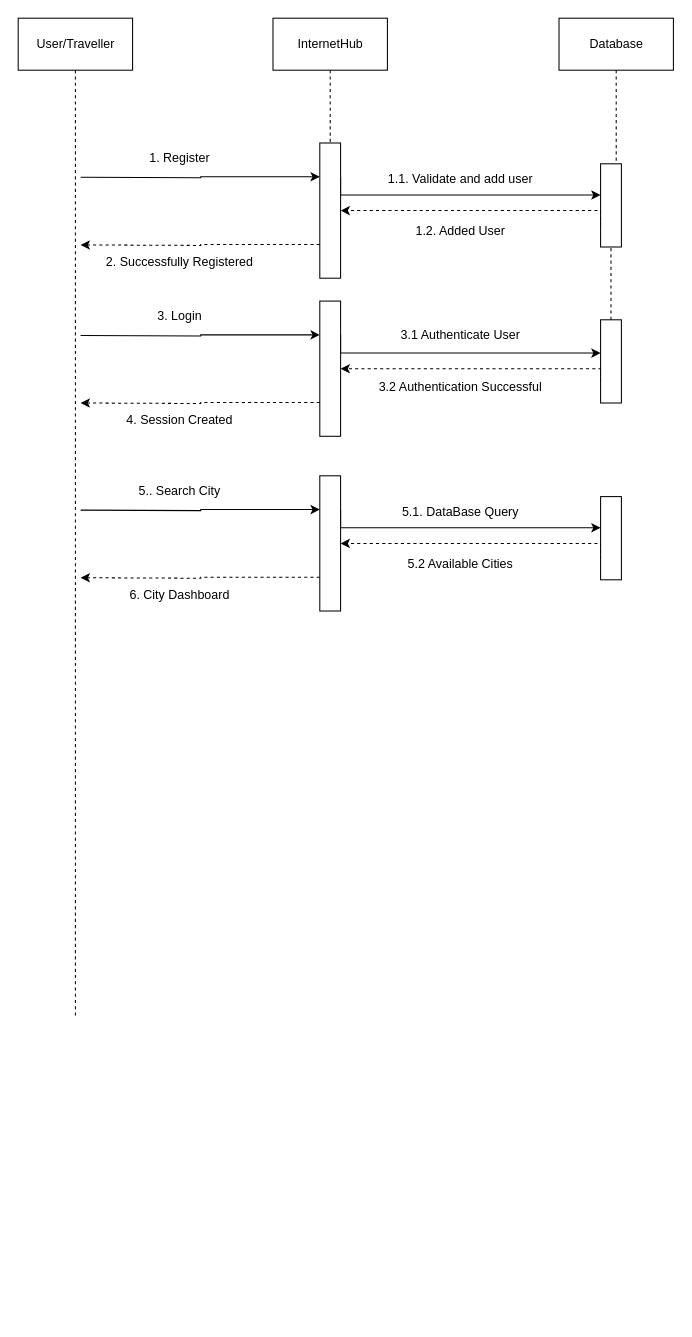
subhavgoyal1/mlassignment1 keeps this draw.io diagram as User_Seq.drawio. Above is the earlier version. Source tidied: cells renumbered, new cells numbered last; positions are measured from the earlier drawing's top-left corner, leaving out a move shared by most shapes. Both pictures are drawn from the tidied source at 104%, with x=0, y=0 at pixel (18, 18).
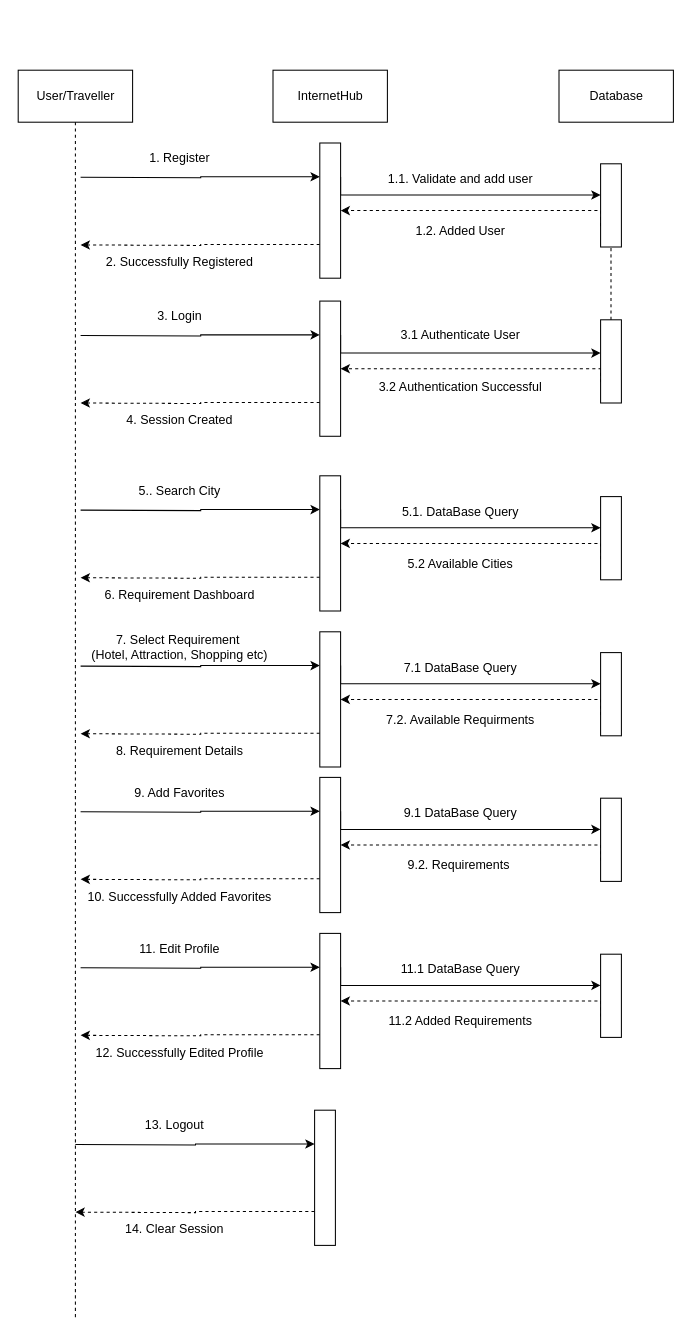
Above is the later version.

Change to the diagram source:
```diff
@@
     <mxCell id="2" value="User/Traveller" style="html=1;" parent="1" vertex="1">
-      <mxGeometry width="110" height="50" as="geometry" />
+      <mxGeometry y="50" width="110" height="50" as="geometry" />
     </mxCell>
     <mxCell id="3" value="InternetHub" style="html=1;" parent="1" vertex="1">
-      <mxGeometry x="245" width="110" height="50" as="geometry" />
+      <mxGeometry x="245" y="50" width="110" height="50" as="geometry" />
     </mxCell>
     <mxCell id="4" value="Database" style="html=1;" parent="1" vertex="1">
-      <mxGeometry x="520" width="110" height="50" as="geometry" />
+      <mxGeometry x="520" y="50" width="110" height="50" as="geometry" />
     </mxCell>
     <mxCell id="5" style="endArrow=none;dashed=1;html=1;rounded=0;" parent="1" edge="1" source="2">
       <mxGeometry relative="1" as="geometry">
-        <mxPoint x="55" y="960" as="targetPoint" />
+        <mxPoint x="55" y="1250" as="targetPoint" />
       </mxGeometry>
     </mxCell>
-    <mxCell id="6" style="endArrow=none;dashed=1;html=1;rounded=0;" parent="1" edge="1" source="3">
-      <mxGeometry relative="1" as="geometry">
-        <mxPoint x="300" y="120.7" as="targetPoint" />
-      </mxGeometry>
-    </mxCell>
@@
-    <mxCell id="11" style="endArrow=none;dashed=1;html=1;rounded=0;exitX=0.5;exitY=1;exitDx=0;exitDy=0;" parent="1" edge="1" source="4">
-      <mxGeometry relative="1" as="geometry">
-        <mxPoint x="575" y="150" as="targetPoint" />
-      </mxGeometry>
-    </mxCell>
@@
-    <mxCell id="38" value="6. City Dashboard" style="text;html=1;align=center;verticalAlign=middle;fillColor=none;strokeColor=none;rounded=0;" parent="1" vertex="1">
-      <mxGeometry x="95" y="540" width="120" height="30" as="geometry" />
+    <mxCell id="38" value="6. Requirement Dashboard" style="text;html=1;align=center;verticalAlign=middle;fillColor=none;strokeColor=none;rounded=0;" parent="1" vertex="1">
+      <mxGeometry x="70" y="540" width="170" height="30" as="geometry" />
     </mxCell>
+    <mxCell id="39" style="edgeStyle=orthogonalEdgeStyle;rounded=0;jettySize=auto;html=1;exitX=1;exitY=0.25;exitDx=0;exitDy=0;" parent="1" edge="1" source="42" target="44">
+      <mxGeometry relative="1" as="geometry">
+        <Array as="points">
+          <mxPoint x="310" y="640" />
+        </Array>
+      </mxGeometry>
+    </mxCell>
+    <mxCell id="40" style="edgeStyle=orthogonalEdgeStyle;rounded=0;jettySize=auto;html=1;exitX=0;exitY=0.25;exitDx=0;exitDy=0;entryX=0;entryY=0.25;entryDx=0;entryDy=0;" parent="1" edge="1" target="42">
+      <mxGeometry relative="1" as="geometry">
+        <mxPoint x="60" y="623" as="sourcePoint" />
+      </mxGeometry>
+    </mxCell>
+    <mxCell id="41" style="edgeStyle=orthogonalEdgeStyle;rounded=0;jettySize=auto;html=1;exitX=0;exitY=0.75;exitDx=0;exitDy=0;dashed=1;" parent="1" edge="1" source="42">
+      <mxGeometry relative="1" as="geometry">
+        <mxPoint x="60" y="688" as="targetPoint" />
+      </mxGeometry>
+    </mxCell>
+    <mxCell id="42" style="rounded=0;whiteSpace=wrap;html=1;" parent="1" vertex="1">
+      <mxGeometry x="290" y="590" width="20" height="130" as="geometry" />
+    </mxCell>
+    <mxCell id="43" style="edgeStyle=orthogonalEdgeStyle;rounded=0;jettySize=auto;html=1;exitX=0;exitY=0.75;exitDx=0;exitDy=0;entryX=1;entryY=0.5;entryDx=0;entryDy=0;dashed=1;" parent="1" edge="1" source="44" target="42">
+      <mxGeometry relative="1" as="geometry">
+        <Array as="points">
+          <mxPoint x="390" y="655" />
+          <mxPoint x="390" y="655" />
+        </Array>
+      </mxGeometry>
+    </mxCell>
+    <mxCell id="44" style="rounded=0;whiteSpace=wrap;html=1;" parent="1" vertex="1">
+      <mxGeometry x="560" y="610" width="20" height="80" as="geometry" />
+    </mxCell>
+    <mxCell id="45" value="7. Select Requirement&amp;nbsp;&lt;br&gt;(Hotel, Attraction, Shopping etc)" style="text;html=1;align=center;verticalAlign=middle;fillColor=none;strokeColor=none;rounded=0;" parent="1" vertex="1">
+      <mxGeometry x="60" y="585" width="190" height="40" as="geometry" />
+    </mxCell>
+    <mxCell id="46" value="7.1 DataBase Query" style="text;html=1;align=center;verticalAlign=middle;fillColor=none;strokeColor=none;rounded=0;" parent="1" vertex="1">
+      <mxGeometry x="360" y="610" width="130" height="30" as="geometry" />
+    </mxCell>
+    <mxCell id="47" value="7.2. Available Requirments" style="text;html=1;align=center;verticalAlign=middle;fillColor=none;strokeColor=none;rounded=0;" parent="1" vertex="1">
+      <mxGeometry x="340" y="660" width="170" height="30" as="geometry" />
+    </mxCell>
+    <mxCell id="48" value="8. Requirement Details" style="text;html=1;align=center;verticalAlign=middle;fillColor=none;strokeColor=none;rounded=0;" parent="1" vertex="1">
+      <mxGeometry x="80" y="690" width="150" height="30" as="geometry" />
+    </mxCell>
+    <mxCell id="49" style="edgeStyle=orthogonalEdgeStyle;rounded=0;jettySize=auto;html=1;exitX=1;exitY=0.25;exitDx=0;exitDy=0;" parent="1" edge="1" source="52" target="54">
+      <mxGeometry relative="1" as="geometry">
+        <Array as="points">
+          <mxPoint x="310" y="780" />
+        </Array>
+      </mxGeometry>
+    </mxCell>
+    <mxCell id="50" style="edgeStyle=orthogonalEdgeStyle;rounded=0;jettySize=auto;html=1;exitX=0;exitY=0.25;exitDx=0;exitDy=0;entryX=0;entryY=0.25;entryDx=0;entryDy=0;" parent="1" edge="1" target="52">
+      <mxGeometry relative="1" as="geometry">
+        <mxPoint x="60" y="763" as="sourcePoint" />
+      </mxGeometry>
+    </mxCell>
+    <mxCell id="51" style="edgeStyle=orthogonalEdgeStyle;rounded=0;jettySize=auto;html=1;exitX=0;exitY=0.75;exitDx=0;exitDy=0;dashed=1;" parent="1" edge="1" source="52">
+      <mxGeometry relative="1" as="geometry">
+        <mxPoint x="60" y="828" as="targetPoint" />
+      </mxGeometry>
+    </mxCell>
+    <mxCell id="52" style="rounded=0;whiteSpace=wrap;html=1;" parent="1" vertex="1">
+      <mxGeometry x="290" y="730" width="20" height="130" as="geometry" />
+    </mxCell>
+    <mxCell id="53" style="edgeStyle=orthogonalEdgeStyle;rounded=0;jettySize=auto;html=1;exitX=0;exitY=0.75;exitDx=0;exitDy=0;entryX=1;entryY=0.5;entryDx=0;entryDy=0;dashed=1;" parent="1" edge="1" source="54" target="52">
+      <mxGeometry relative="1" as="geometry">
+        <Array as="points">
+          <mxPoint x="390" y="795" />
+          <mxPoint x="390" y="795" />
+        </Array>
+      </mxGeometry>
+    </mxCell>
+    <mxCell id="54" style="rounded=0;whiteSpace=wrap;html=1;" parent="1" vertex="1">
+      <mxGeometry x="560" y="750" width="20" height="80" as="geometry" />
+    </mxCell>
+    <mxCell id="55" value="9. Add Favorites" style="text;html=1;align=center;verticalAlign=middle;fillColor=none;strokeColor=none;rounded=0;" parent="1" vertex="1">
+      <mxGeometry x="100" y="730" width="110" height="30" as="geometry" />
+    </mxCell>
+    <mxCell id="56" value="9.1 DataBase Query" style="text;html=1;align=center;verticalAlign=middle;fillColor=none;strokeColor=none;rounded=0;" parent="1" vertex="1">
+      <mxGeometry x="360" y="750" width="130" height="30" as="geometry" />
+    </mxCell>
+    <mxCell id="57" value="9.2. Requirements&amp;nbsp;" style="text;html=1;align=center;verticalAlign=middle;fillColor=none;strokeColor=none;rounded=0;" parent="1" vertex="1">
+      <mxGeometry x="365" y="800" width="120" height="30" as="geometry" />
+    </mxCell>
+    <mxCell id="58" value="10. Successfully Added Favorites" style="text;html=1;align=center;verticalAlign=middle;fillColor=none;strokeColor=none;rounded=0;" parent="1" vertex="1">
+      <mxGeometry x="55" y="830" width="200" height="30" as="geometry" />
+    </mxCell>
+    <mxCell id="59" style="edgeStyle=orthogonalEdgeStyle;rounded=0;jettySize=auto;html=1;exitX=1;exitY=0.25;exitDx=0;exitDy=0;" parent="1" edge="1" source="62" target="64">
+      <mxGeometry relative="1" as="geometry">
+        <Array as="points">
+          <mxPoint x="310" y="930" />
+        </Array>
+      </mxGeometry>
+    </mxCell>
+    <mxCell id="60" style="edgeStyle=orthogonalEdgeStyle;rounded=0;jettySize=auto;html=1;exitX=0;exitY=0.25;exitDx=0;exitDy=0;entryX=0;entryY=0.25;entryDx=0;entryDy=0;" parent="1" edge="1" target="62">
+      <mxGeometry relative="1" as="geometry">
+        <mxPoint x="60" y="913" as="sourcePoint" />
+      </mxGeometry>
+    </mxCell>
+    <mxCell id="61" style="edgeStyle=orthogonalEdgeStyle;rounded=0;jettySize=auto;html=1;exitX=0;exitY=0.75;exitDx=0;exitDy=0;dashed=1;" parent="1" edge="1" source="62">
+      <mxGeometry relative="1" as="geometry">
+        <mxPoint x="60" y="978" as="targetPoint" />
+      </mxGeometry>
+    </mxCell>
+    <mxCell id="62" style="rounded=0;whiteSpace=wrap;html=1;" parent="1" vertex="1">
+      <mxGeometry x="290" y="880" width="20" height="130" as="geometry" />
+    </mxCell>
+    <mxCell id="63" style="edgeStyle=orthogonalEdgeStyle;rounded=0;jettySize=auto;html=1;exitX=0;exitY=0.75;exitDx=0;exitDy=0;entryX=1;entryY=0.5;entryDx=0;entryDy=0;dashed=1;" parent="1" edge="1" source="64" target="62">
+      <mxGeometry relative="1" as="geometry">
+        <Array as="points">
+          <mxPoint x="390" y="945" />
+          <mxPoint x="390" y="945" />
+        </Array>
+      </mxGeometry>
+    </mxCell>
+    <mxCell id="64" style="rounded=0;whiteSpace=wrap;html=1;" parent="1" vertex="1">
+      <mxGeometry x="560" y="900" width="20" height="80" as="geometry" />
+    </mxCell>
+    <mxCell id="65" value="11. Edit Profile" style="text;html=1;align=center;verticalAlign=middle;fillColor=none;strokeColor=none;rounded=0;" parent="1" vertex="1">
+      <mxGeometry x="105" y="880" width="100" height="30" as="geometry" />
+    </mxCell>
+    <mxCell id="66" value="11.1 DataBase Query" style="text;html=1;align=center;verticalAlign=middle;fillColor=none;strokeColor=none;rounded=0;" parent="1" vertex="1">
+      <mxGeometry x="355" y="900" width="140" height="30" as="geometry" />
+    </mxCell>
+    <mxCell id="67" value="11.2 Added Requirements" style="text;html=1;align=center;verticalAlign=middle;fillColor=none;strokeColor=none;rounded=0;" parent="1" vertex="1">
+      <mxGeometry x="345" y="950" width="160" height="30" as="geometry" />
+    </mxCell>
+    <mxCell id="68" value="12. Successfully Edited Profile" style="text;html=1;align=center;verticalAlign=middle;fillColor=none;strokeColor=none;rounded=0;" parent="1" vertex="1">
+      <mxGeometry x="65" y="980" width="180" height="30" as="geometry" />
+    </mxCell>
+    <mxCell id="69" style="edgeStyle=orthogonalEdgeStyle;rounded=0;jettySize=auto;html=1;exitX=0;exitY=0.25;exitDx=0;exitDy=0;entryX=0;entryY=0.25;entryDx=0;entryDy=0;" parent="1" edge="1" target="71">
+      <mxGeometry relative="1" as="geometry">
+        <mxPoint x="55" y="1083" as="sourcePoint" />
+      </mxGeometry>
+    </mxCell>
+    <mxCell id="70" style="edgeStyle=orthogonalEdgeStyle;rounded=0;jettySize=auto;html=1;exitX=0;exitY=0.75;exitDx=0;exitDy=0;dashed=1;" parent="1" edge="1" source="71">
+      <mxGeometry relative="1" as="geometry">
+        <mxPoint x="55" y="1148" as="targetPoint" />
+      </mxGeometry>
+    </mxCell>
+    <mxCell id="71" style="rounded=0;whiteSpace=wrap;html=1;" parent="1" vertex="1">
+      <mxGeometry x="285" y="1050" width="20" height="130" as="geometry" />
+    </mxCell>
+    <mxCell id="72" value="13. Logout" style="text;html=1;align=center;verticalAlign=middle;fillColor=none;strokeColor=none;rounded=0;" parent="1" vertex="1">
+      <mxGeometry x="110" y="1050" width="80" height="30" as="geometry" />
+    </mxCell>
+    <mxCell id="73" value="14. Clear Session" style="text;html=1;align=center;verticalAlign=middle;fillColor=none;strokeColor=none;rounded=0;" parent="1" vertex="1">
+      <mxGeometry x="90" y="1150" width="120" height="30" as="geometry" />
+    </mxCell>
```
